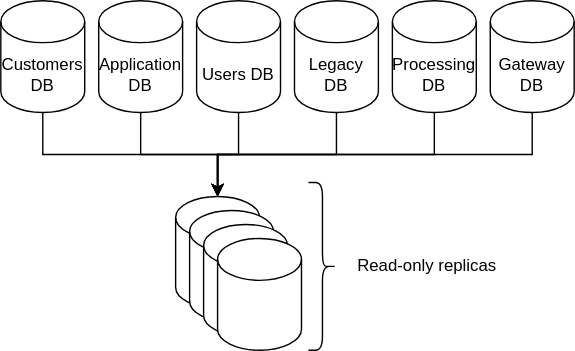
The draw.io diagram presentations/diagrams/problem-1-solution.svg in andykuszyk/andykuszyk.github.io, before a commit. Source tidied: cells renumbered, new cells last; positions are measured from the earlier drawing's top-left corner, leaving out a move shared by most shapes.
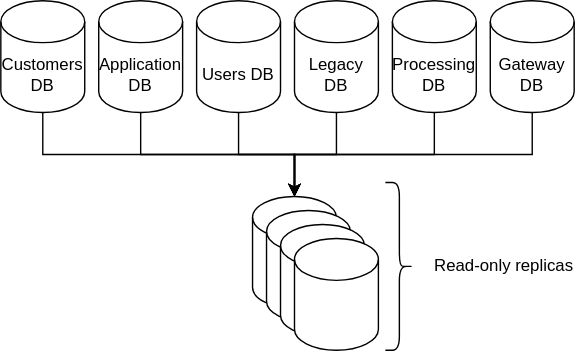
Later version of the same file.

What changed in the source:
```diff
@@ -13,7 +13,7 @@
     <mxCell id="4" value="Customers DB" style="shape=cylinder3;whiteSpace=wrap;html=1;boundedLbl=1;backgroundOutline=1;size=15;" parent="1" vertex="1">
       <mxGeometry width="60" height="80" as="geometry" />
     </mxCell>
-    <mxCell id="5" style="edgeStyle=orthogonalEdgeStyle;rounded=0;jettySize=auto;html=1;entryX=0.5;entryY=0;entryDx=0;entryDy=0;entryPerimeter=0;" parent="1" edge="1" source="6" target="15">
+    <mxCell id="5" style="edgeStyle=orthogonalEdgeStyle;rounded=0;jettySize=auto;html=1;entryX=0.5;entryY=0;entryDx=0;entryDy=0;entryPerimeter=0;exitX=0.5;exitY=1;exitDx=0;exitDy=0;exitPerimeter=0;" parent="1" edge="1" source="6" target="15">
       <mxGeometry relative="1" as="geometry" />
     </mxCell>
     <mxCell id="6" value="Application DB" style="shape=cylinder3;whiteSpace=wrap;html=1;boundedLbl=1;backgroundOutline=1;size=15;" parent="1" vertex="1">
@@ -44,22 +44,22 @@
       <mxGeometry x="210" width="60" height="80" as="geometry" />
     </mxCell>
     <mxCell id="15" style="shape=cylinder3;whiteSpace=wrap;html=1;boundedLbl=1;backgroundOutline=1;size=15;" parent="1" vertex="1">
-      <mxGeometry x="125" y="140" width="60" height="80" as="geometry" />
+      <mxGeometry x="180" y="140" width="60" height="80" as="geometry" />
     </mxCell>
     <mxCell id="16" style="shape=cylinder3;whiteSpace=wrap;html=1;boundedLbl=1;backgroundOutline=1;size=15;" parent="1" vertex="1">
-      <mxGeometry x="135" y="150" width="60" height="80" as="geometry" />
+      <mxGeometry x="190" y="150" width="60" height="80" as="geometry" />
     </mxCell>
     <mxCell id="17" style="shape=cylinder3;whiteSpace=wrap;html=1;boundedLbl=1;backgroundOutline=1;size=15;" parent="1" vertex="1">
-      <mxGeometry x="145" y="160" width="60" height="80" as="geometry" />
+      <mxGeometry x="200" y="160" width="60" height="80" as="geometry" />
     </mxCell>
     <mxCell id="18" style="shape=cylinder3;whiteSpace=wrap;html=1;boundedLbl=1;backgroundOutline=1;size=15;" parent="1" vertex="1">
-      <mxGeometry x="155" y="170" width="60" height="80" as="geometry" />
+      <mxGeometry x="210" y="170" width="60" height="80" as="geometry" />
     </mxCell>
     <mxCell id="19" style="shape=curlyBracket;whiteSpace=wrap;html=1;rounded=1;direction=west;" parent="1" vertex="1">
-      <mxGeometry x="220" y="130" width="20" height="120" as="geometry" />
+      <mxGeometry x="275" y="130" width="20" height="120" as="geometry" />
     </mxCell>
     <mxCell id="20" value="Read-only replicas" style="text;html=1;strokeColor=none;fillColor=none;align=center;verticalAlign=middle;whiteSpace=wrap;rounded=0;" parent="1" vertex="1">
-      <mxGeometry x="250" y="180" width="110" height="20" as="geometry" />
+      <mxGeometry x="305" y="180" width="110" height="20" as="geometry" />
     </mxCell>
   </root>
 </mxGraphModel>
```
